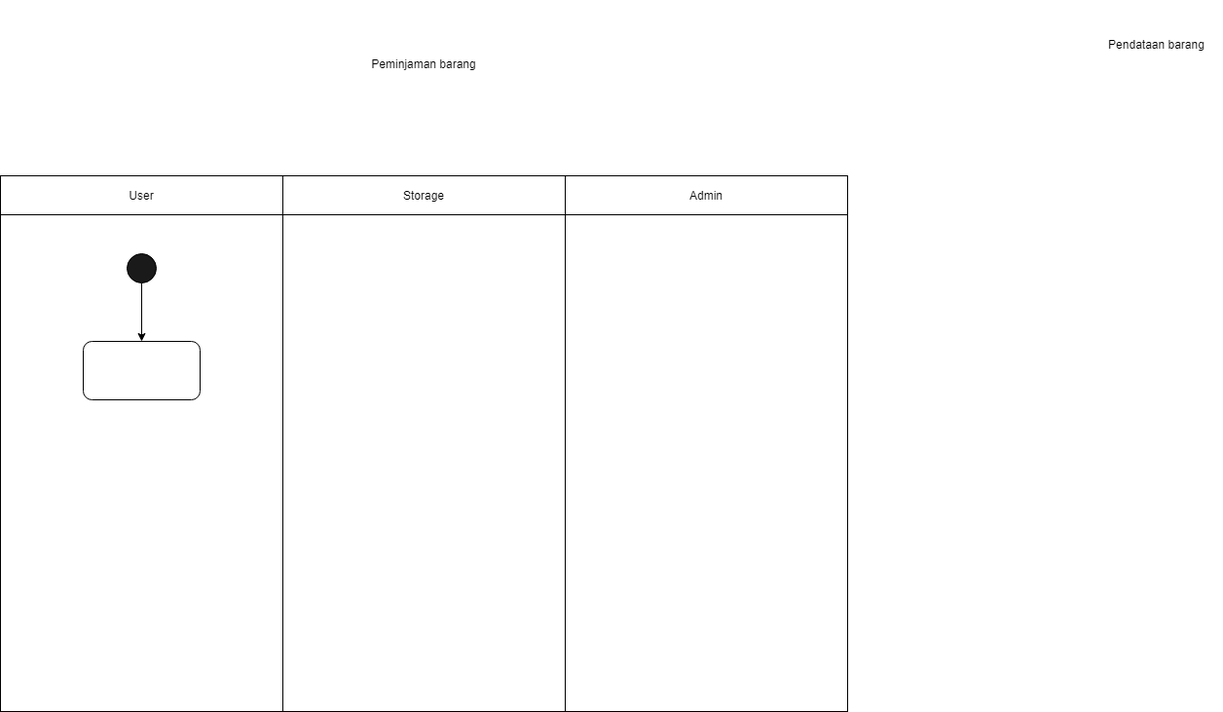
Above: diagrams/Activity Diagram.drawio.png in johannfac/aplikasipeminjamanaset (draw.io), before the change. Source tidied: cells renumbered, new cells last; positions are measured from the earlier drawing's top-left corner, leaving out a move shared by most shapes.
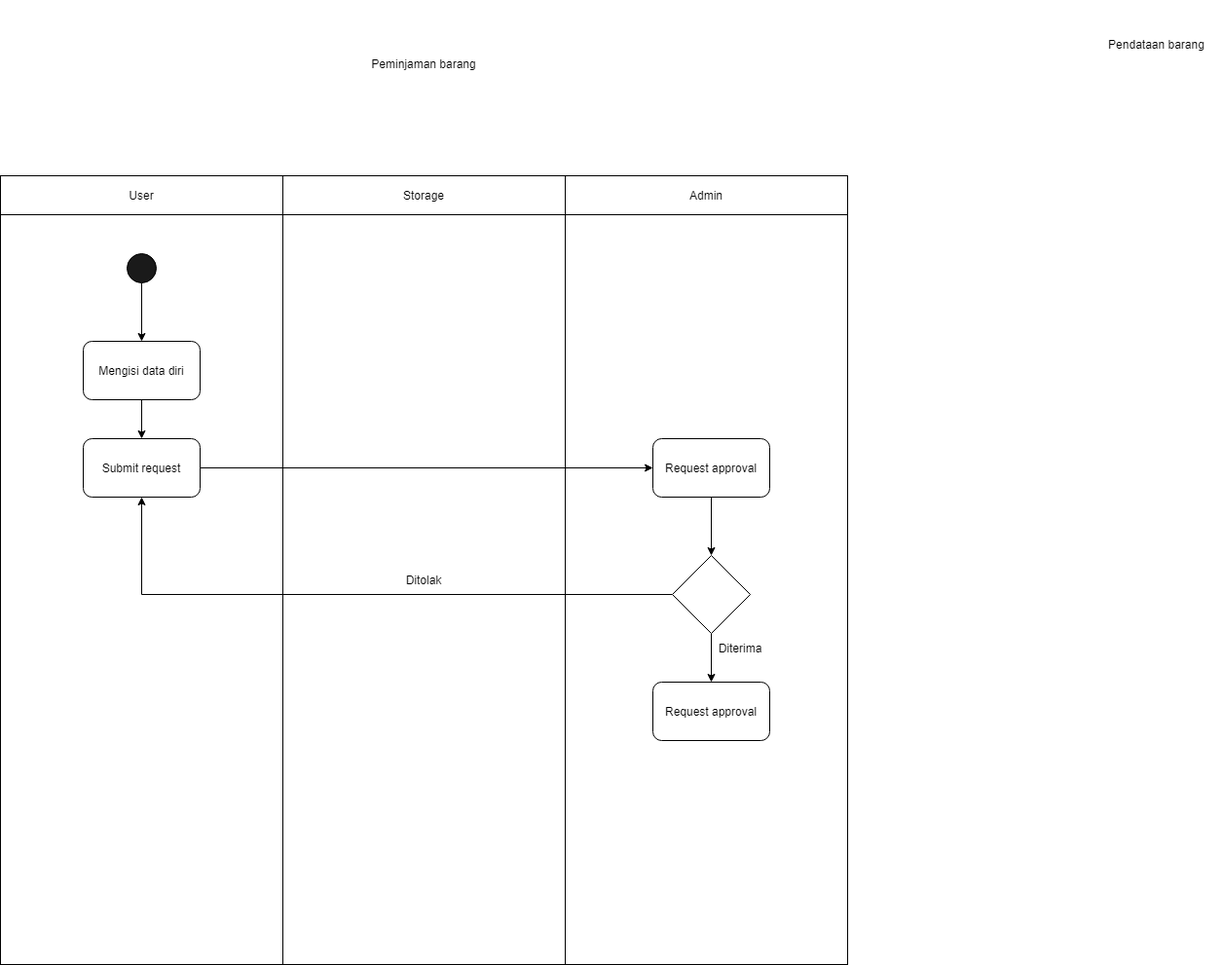
After the change.

Diff of the diagram source:
```diff
@@ -3,10 +3,10 @@
     <mxCell id="0" />
     <mxCell id="1" parent="0" />
     <mxCell id="2" style="rounded=0;whiteSpace=wrap;html=1;fillColor=#FFFFFF;" parent="1" vertex="1">
-      <mxGeometry x="290" y="220" width="290" height="510" as="geometry" />
+      <mxGeometry x="290" y="220" width="290" height="770" as="geometry" />
     </mxCell>
     <mxCell id="3" style="rounded=0;whiteSpace=wrap;html=1;fillColor=#FFFFFF;" parent="1" vertex="1">
-      <mxGeometry y="220" width="290" height="510" as="geometry" />
+      <mxGeometry y="220" width="290" height="770" as="geometry" />
     </mxCell>
     <mxCell id="4" style="edgeStyle=orthogonalEdgeStyle;rounded=0;jettySize=auto;html=1;exitX=0.5;exitY=1;exitDx=0;exitDy=0;" parent="1" edge="1" source="5" target="6">
       <mxGeometry relative="1" as="geometry" />
@@ -14,7 +14,10 @@
     <mxCell id="5" style="ellipse;whiteSpace=wrap;html=1;fillColor=#1A1A1A;" parent="1" vertex="1">
       <mxGeometry x="130" y="260" width="30" height="30" as="geometry" />
     </mxCell>
+    <mxCell id="13" style="edgeStyle=orthogonalEdgeStyle;rounded=0;jettySize=auto;html=1;exitX=0.5;exitY=1;exitDx=0;exitDy=0;entryX=0.5;entryY=0;entryDx=0;entryDy=0;" parent="1" edge="1" source="6" target="15">
+      <mxGeometry relative="1" as="geometry" />
+    </mxCell>
-    <mxCell id="6" style="rounded=1;whiteSpace=wrap;html=1;fillColor=#FFFFFF;" parent="1" vertex="1">
+    <mxCell id="6" value="Mengisi data diri" style="rounded=1;whiteSpace=wrap;html=1;fillColor=#FFFFFF;" parent="1" vertex="1">
       <mxGeometry x="85" y="350" width="120" height="60" as="geometry" />
     </mxCell>
     <mxCell id="7" value="Pendataan barang" style="text;html=1;strokeColor=none;fillColor=none;align=center;verticalAlign=middle;whiteSpace=wrap;rounded=0;" parent="1" vertex="1">
@@ -30,10 +33,40 @@
       <mxGeometry x="580" y="180" width="290" height="40" as="geometry" />
     </mxCell>
     <mxCell id="11" style="rounded=0;whiteSpace=wrap;html=1;fillColor=#FFFFFF;" parent="1" vertex="1">
-      <mxGeometry x="580" y="220" width="290" height="510" as="geometry" />
+      <mxGeometry x="580" y="220" width="290" height="770" as="geometry" />
     </mxCell>
     <mxCell id="12" value="Peminjaman barang" style="text;html=1;strokeColor=none;fillColor=none;align=center;verticalAlign=middle;whiteSpace=wrap;rounded=0;" parent="1" vertex="1">
       <mxGeometry x="315" width="240" height="130" as="geometry" />
     </mxCell>
+    <mxCell id="14" style="edgeStyle=orthogonalEdgeStyle;rounded=0;jettySize=auto;html=1;exitX=1;exitY=0.5;exitDx=0;exitDy=0;entryX=0;entryY=0.5;entryDx=0;entryDy=0;" parent="1" edge="1" source="15" target="17">
+      <mxGeometry relative="1" as="geometry" />
+    </mxCell>
+    <mxCell id="15" value="Submit request" style="rounded=1;whiteSpace=wrap;html=1;fillColor=#FFFFFF;" parent="1" vertex="1">
+      <mxGeometry x="85" y="450" width="120" height="60" as="geometry" />
+    </mxCell>
+    <mxCell id="16" style="edgeStyle=orthogonalEdgeStyle;rounded=0;jettySize=auto;html=1;exitX=0.5;exitY=1;exitDx=0;exitDy=0;entryX=0.5;entryY=0;entryDx=0;entryDy=0;" parent="1" edge="1" source="17" target="20">
+      <mxGeometry relative="1" as="geometry" />
+    </mxCell>
+    <mxCell id="17" value="Request approval" style="rounded=1;whiteSpace=wrap;html=1;fillColor=#FFFFFF;" parent="1" vertex="1">
+      <mxGeometry x="670" y="450" width="120" height="60" as="geometry" />
+    </mxCell>
+    <mxCell id="18" style="edgeStyle=orthogonalEdgeStyle;rounded=0;jettySize=auto;html=1;exitX=0;exitY=0.5;exitDx=0;exitDy=0;" parent="1" edge="1" source="20" target="15">
+      <mxGeometry relative="1" as="geometry" />
+    </mxCell>
+    <mxCell id="19" style="edgeStyle=orthogonalEdgeStyle;rounded=0;jettySize=auto;html=1;exitX=0.5;exitY=1;exitDx=0;exitDy=0;" parent="1" edge="1" source="20" target="21">
+      <mxGeometry relative="1" as="geometry" />
+    </mxCell>
+    <mxCell id="20" style="rhombus;whiteSpace=wrap;html=1;" parent="1" vertex="1">
+      <mxGeometry x="690" y="570" width="80" height="80" as="geometry" />
+    </mxCell>
+    <mxCell id="21" value="Request approval" style="rounded=1;whiteSpace=wrap;html=1;fillColor=#FFFFFF;" parent="1" vertex="1">
+      <mxGeometry x="670" y="700" width="120" height="60" as="geometry" />
+    </mxCell>
+    <mxCell id="22" value="Ditolak" style="text;html=1;strokeColor=none;fillColor=none;align=center;verticalAlign=middle;whiteSpace=wrap;rounded=0;" parent="1" vertex="1">
+      <mxGeometry x="405" y="580" width="60" height="30" as="geometry" />
+    </mxCell>
+    <mxCell id="23" value="Diterima" style="text;html=1;strokeColor=none;fillColor=none;align=center;verticalAlign=middle;whiteSpace=wrap;rounded=0;" parent="1" vertex="1">
+      <mxGeometry x="730" y="650" width="60" height="30" as="geometry" />
+    </mxCell>
   </root>
 </mxGraphModel>
```
